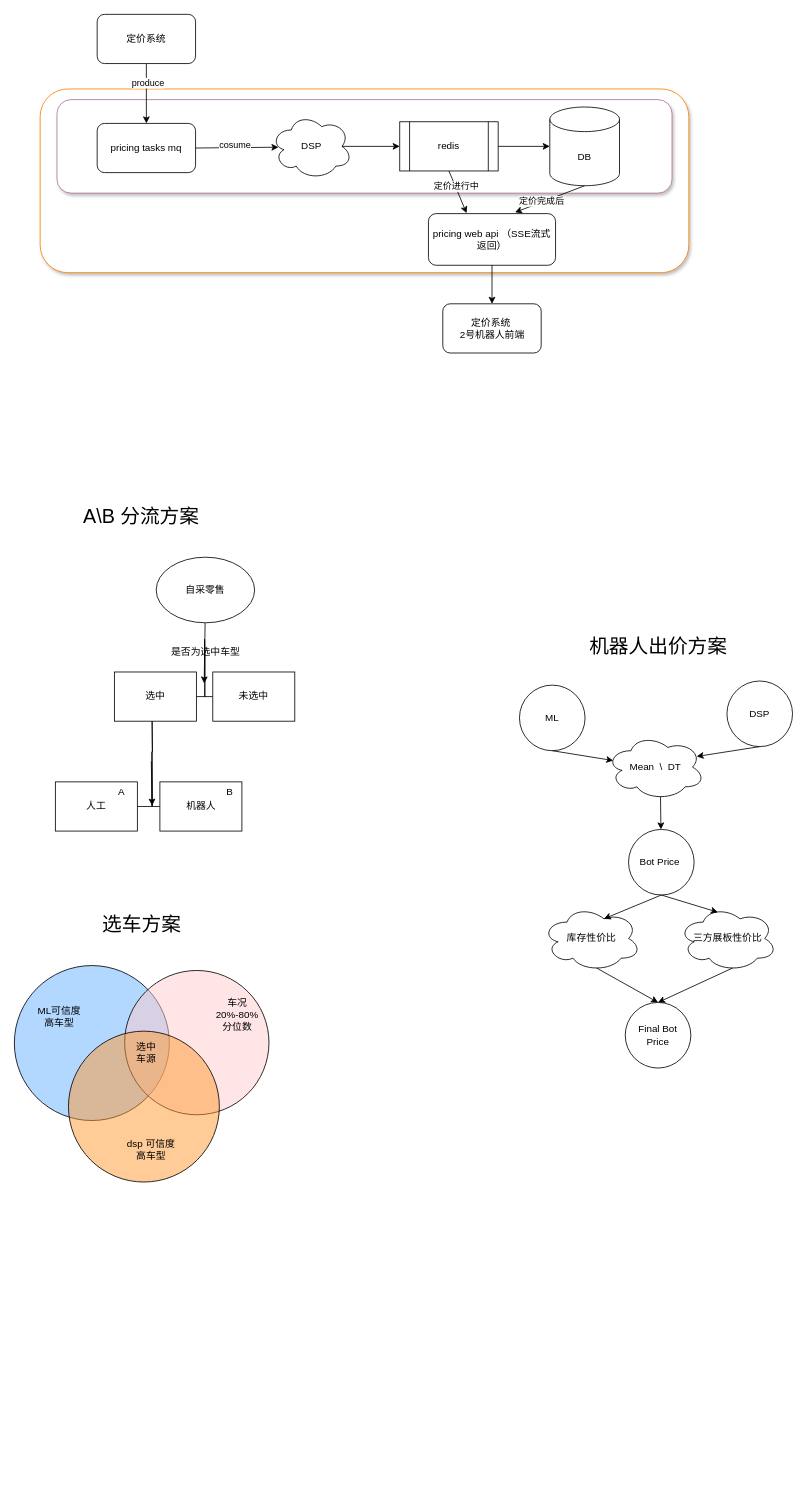
mrlonely001/gittest keeps this draw.io diagram as dsp_structure.drawio. Above is the earlier version. Source tidied: cells renumbered, new cells numbered last; positions are measured from the earlier drawing's top-left corner, leaving out a move shared by most shapes. Both pictures are drawn from the tidied source at 82%, with x=0, y=0 at pixel (14, 14).
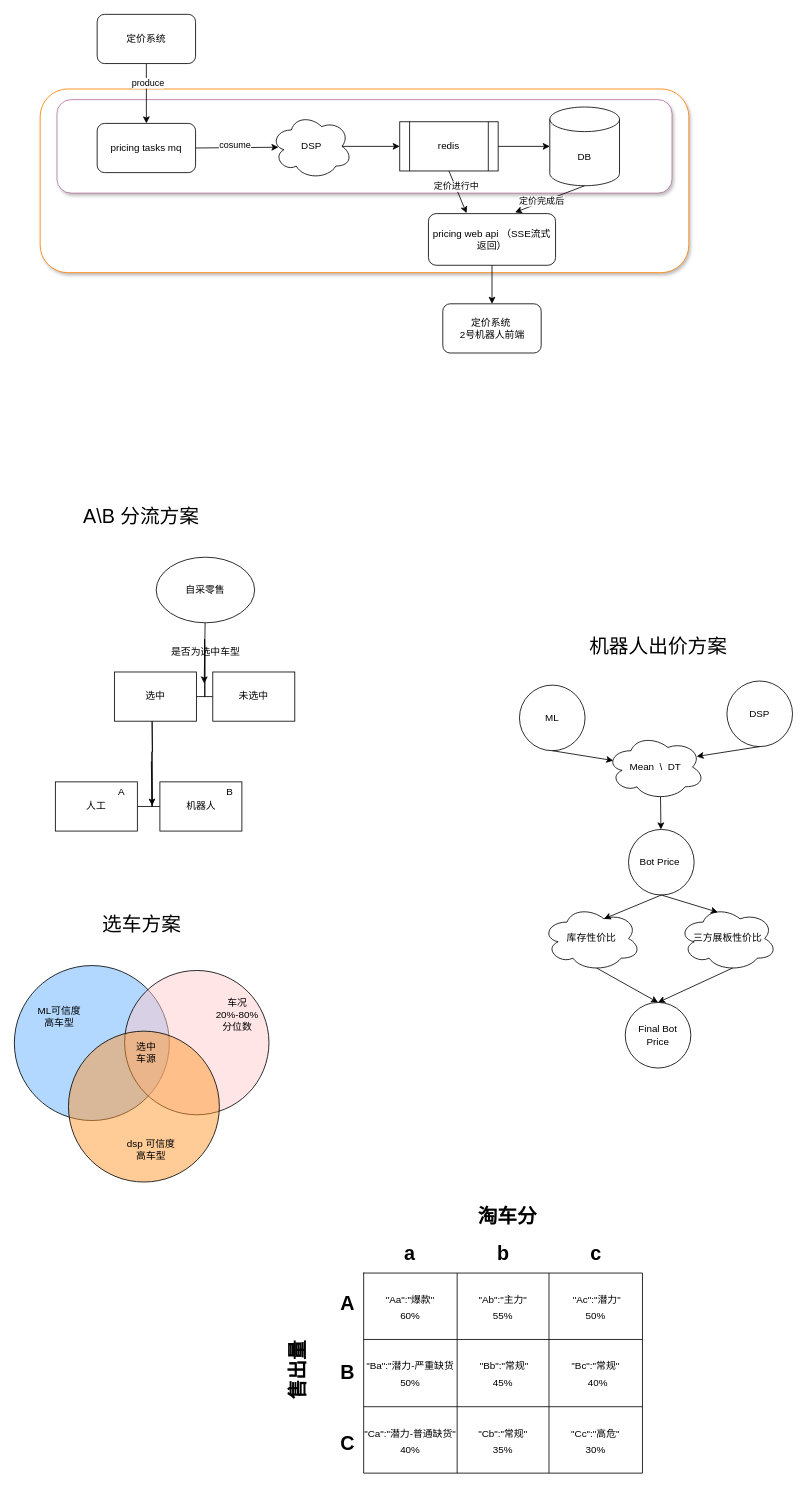
The same page after the edit.

The edit, as a diff of the source:
```diff
@@
+    <mxCell id="60" value="A" style="text;strokeColor=none;fillColor=none;html=1;fontSize=24;fontStyle=1;verticalAlign=middle;align=center;" parent="1" vertex="1">
+      <mxGeometry x="356" y="1553" width="100" height="40" as="geometry" />
+    </mxCell>
+    <mxCell id="61" value="B" style="text;strokeColor=none;fillColor=none;html=1;fontSize=24;fontStyle=1;verticalAlign=middle;align=center;" parent="1" vertex="1">
+      <mxGeometry x="356" y="1637" width="100" height="40" as="geometry" />
+    </mxCell>
+    <mxCell id="62" value="C" style="text;strokeColor=none;fillColor=none;html=1;fontSize=24;fontStyle=1;verticalAlign=middle;align=center;" parent="1" vertex="1">
+      <mxGeometry x="356" y="1723" width="100" height="40" as="geometry" />
+    </mxCell>
+    <mxCell id="63" value="a" style="text;strokeColor=none;fillColor=none;html=1;fontSize=24;fontStyle=1;verticalAlign=middle;align=center;" parent="1" vertex="1">
+      <mxGeometry x="432" y="1492" width="100" height="40" as="geometry" />
+    </mxCell>
+    <mxCell id="64" value="b" style="text;strokeColor=none;fillColor=none;html=1;fontSize=24;fontStyle=1;verticalAlign=middle;align=center;" parent="1" vertex="1">
+      <mxGeometry x="546" y="1492" width="100" height="40" as="geometry" />
+    </mxCell>
+    <mxCell id="65" value="c" style="text;strokeColor=none;fillColor=none;html=1;fontSize=24;fontStyle=1;verticalAlign=middle;align=center;" parent="1" vertex="1">
+      <mxGeometry x="658.5" y="1492" width="100" height="40" as="geometry" />
+    </mxCell>
+    <mxCell id="66" value="售出量" style="text;strokeColor=none;fillColor=none;html=1;fontSize=24;fontStyle=1;verticalAlign=middle;align=center;rotation=-90;" parent="1" vertex="1">
+      <mxGeometry x="296" y="1634" width="100" height="40" as="geometry" />
+    </mxCell>
+    <mxCell id="67" value="淘车分" style="text;strokeColor=none;fillColor=none;html=1;fontSize=24;fontStyle=1;verticalAlign=middle;align=center;" parent="1" vertex="1">
+      <mxGeometry x="551" y="1446" width="100" height="40" as="geometry" />
+    </mxCell>
+    <mxCell id="68" style="shape=table;startSize=0;childLayout=tableLayout;fontSize=16;" parent="1" vertex="1">
+      <mxGeometry x="426" y="1535" width="340" height="244" as="geometry" />
+    </mxCell>
+    <mxCell id="69" style="shape=tableRow;horizontal=0;startSize=0;swimlaneHead=0;swimlaneBody=0;strokeColor=inherit;top=0;left=0;bottom=0;right=0;fillColor=none;fontSize=16;" parent="68" vertex="1">
+      <mxGeometry width="340" height="81" as="geometry" />
+    </mxCell>
+    <mxCell id="70" value="&lt;span style=&quot;font-size: 12px; text-align: left;&quot;&gt;&quot;Aa&quot;:&quot;爆款&quot;&lt;/span&gt;&lt;div&gt;&lt;span style=&quot;font-size: 12px; text-align: left;&quot;&gt;60%&lt;/span&gt;&lt;/div&gt;" style="shape=partialRectangle;html=1;whiteSpace=wrap;strokeColor=inherit;overflow=hidden;fillColor=none;top=0;left=0;bottom=0;right=0;fontSize=16;" parent="69" vertex="1">
+      <mxGeometry width="114" height="81" as="geometry" />
+    </mxCell>
+    <mxCell id="71" value="&lt;span style=&quot;font-size: 12px; text-align: left;&quot;&gt;&quot;Ab&quot;:&quot;主力&quot;&lt;/span&gt;&lt;div&gt;&lt;span style=&quot;font-size: 12px; text-align: left;&quot;&gt;55%&lt;/span&gt;&lt;/div&gt;" style="shape=partialRectangle;html=1;whiteSpace=wrap;strokeColor=inherit;overflow=hidden;fillColor=none;top=0;left=0;bottom=0;right=0;fontSize=16;" parent="69" vertex="1">
+      <mxGeometry x="114" width="112" height="81" as="geometry" />
+    </mxCell>
+    <mxCell id="72" value="&lt;span style=&quot;font-size: 12px; text-align: left;&quot;&gt;&amp;nbsp;&quot;Ac&quot;:&quot;潜力&quot;&lt;/span&gt;&lt;div&gt;&lt;span style=&quot;font-size: 12px; text-align: left;&quot;&gt;50%&lt;/span&gt;&lt;/div&gt;" style="shape=partialRectangle;html=1;whiteSpace=wrap;strokeColor=inherit;overflow=hidden;fillColor=none;top=0;left=0;bottom=0;right=0;fontSize=16;" parent="69" vertex="1">
+      <mxGeometry x="226" width="114" height="81" as="geometry" />
+    </mxCell>
+    <mxCell id="73" style="shape=tableRow;horizontal=0;startSize=0;swimlaneHead=0;swimlaneBody=0;strokeColor=inherit;top=0;left=0;bottom=0;right=0;fillColor=none;fontSize=16;" parent="68" vertex="1">
+      <mxGeometry y="81" width="340" height="82" as="geometry" />
+    </mxCell>
+    <mxCell id="74" value="&lt;span style=&quot;font-size: 12px; text-align: left;&quot;&gt;&quot;Ba&quot;:&quot;潜力-严重缺货&lt;/span&gt;&lt;div&gt;&lt;span style=&quot;font-size: 12px; text-align: left;&quot;&gt;50%&lt;/span&gt;&lt;/div&gt;" style="shape=partialRectangle;html=1;whiteSpace=wrap;strokeColor=inherit;overflow=hidden;fillColor=none;top=0;left=0;bottom=0;right=0;fontSize=16;" parent="73" vertex="1">
+      <mxGeometry width="114" height="82" as="geometry" />
+    </mxCell>
+    <mxCell id="75" value="&lt;span style=&quot;font-size: 12px; text-align: left;&quot;&gt;&amp;nbsp;&quot;Bb&quot;:&quot;常规&quot;&lt;/span&gt;&lt;div&gt;&lt;span style=&quot;font-size: 12px; text-align: left;&quot;&gt;45%&lt;/span&gt;&lt;/div&gt;" style="shape=partialRectangle;html=1;whiteSpace=wrap;strokeColor=inherit;overflow=hidden;fillColor=none;top=0;left=0;bottom=0;right=0;fontSize=16;" parent="73" vertex="1">
+      <mxGeometry x="114" width="112" height="82" as="geometry" />
+    </mxCell>
+    <mxCell id="76" value="&lt;span style=&quot;font-size: 12px; text-align: left;&quot;&gt;&quot;Bc&quot;:&quot;常规&quot;&lt;/span&gt;&lt;div style=&quot;text-align: left;&quot;&gt;&lt;span style=&quot;font-size: 12px;&quot;&gt;&amp;nbsp; &amp;nbsp; &amp;nbsp; 40%&lt;/span&gt;&lt;/div&gt;" style="shape=partialRectangle;html=1;whiteSpace=wrap;strokeColor=inherit;overflow=hidden;fillColor=none;top=0;left=0;bottom=0;right=0;fontSize=16;" parent="73" vertex="1">
+      <mxGeometry x="226" width="114" height="82" as="geometry" />
+    </mxCell>
+    <mxCell id="77" style="shape=tableRow;horizontal=0;startSize=0;swimlaneHead=0;swimlaneBody=0;strokeColor=inherit;top=0;left=0;bottom=0;right=0;fillColor=none;fontSize=16;" parent="68" vertex="1">
+      <mxGeometry y="163" width="340" height="81" as="geometry" />
+    </mxCell>
+    <mxCell id="78" value="&lt;span style=&quot;font-size: 12px; text-align: left;&quot;&gt;&quot;Ca&quot;:&quot;潜力-普通缺货&quot;&lt;/span&gt;&lt;div&gt;&lt;span style=&quot;font-size: 12px; text-align: left;&quot;&gt;40%&lt;/span&gt;&lt;/div&gt;" style="shape=partialRectangle;html=1;whiteSpace=wrap;strokeColor=inherit;overflow=hidden;fillColor=none;top=0;left=0;bottom=0;right=0;fontSize=16;" parent="77" vertex="1">
+      <mxGeometry width="114" height="81" as="geometry" />
+    </mxCell>
+    <mxCell id="79" value="&lt;span style=&quot;font-size: 12px; text-align: left;&quot;&gt;&quot;Cb&quot;:&quot;常规&quot;&lt;/span&gt;&lt;div&gt;&lt;span style=&quot;font-size: 12px; text-align: left;&quot;&gt;35%&lt;/span&gt;&lt;/div&gt;" style="shape=partialRectangle;html=1;whiteSpace=wrap;strokeColor=inherit;overflow=hidden;fillColor=none;top=0;left=0;bottom=0;right=0;fontSize=16;" parent="77" vertex="1">
+      <mxGeometry x="114" width="112" height="81" as="geometry" />
+    </mxCell>
+    <mxCell id="80" value="&lt;span style=&quot;font-size: 12px; text-align: left;&quot;&gt;&quot;Cc&quot;:&quot;高危&quot;&lt;/span&gt;&lt;div&gt;&lt;span style=&quot;font-size: 12px; text-align: left;&quot;&gt;30%&lt;/span&gt;&lt;/div&gt;" style="shape=partialRectangle;html=1;whiteSpace=wrap;strokeColor=inherit;overflow=hidden;fillColor=none;top=0;left=0;bottom=0;right=0;fontSize=16;" parent="77" vertex="1">
+      <mxGeometry x="226" width="114" height="81" as="geometry" />
+    </mxCell>
```
